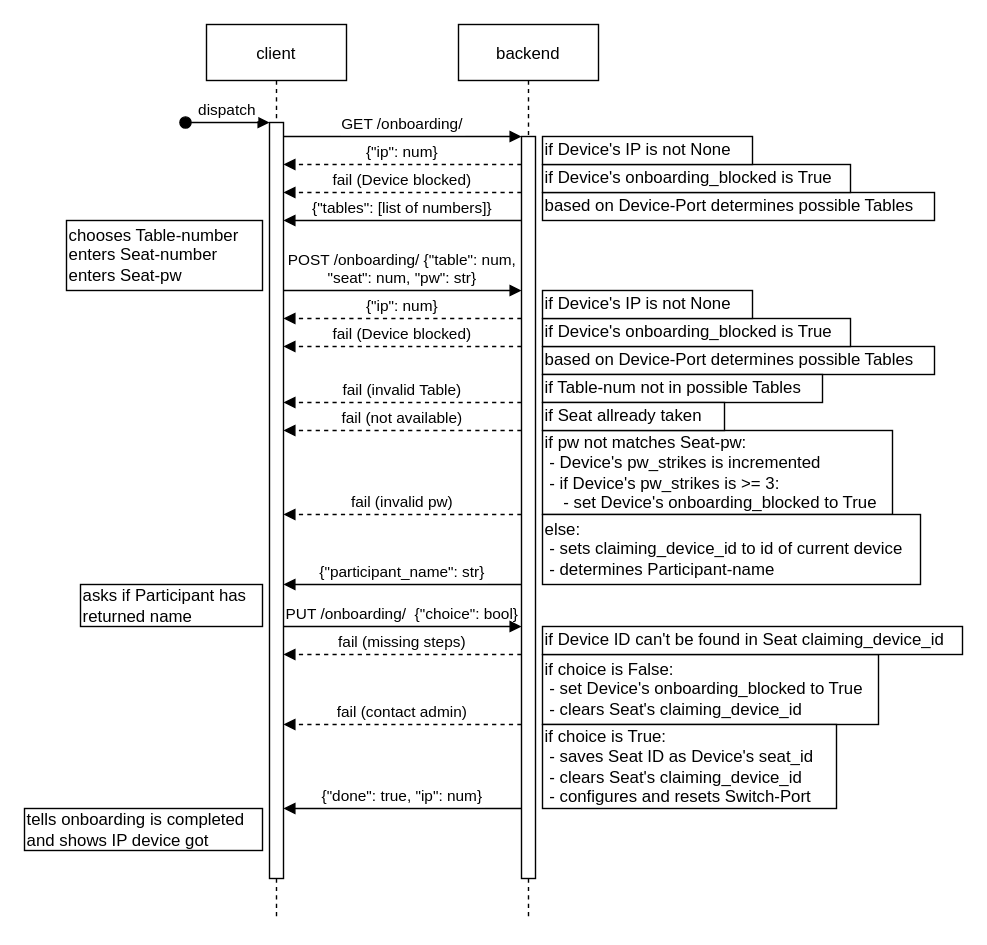
Above: docs/onboarding_sequence.drawio in nils-ost/LanPartyOnboardingSystem (draw.io), before the change. Source tidied: cells renumbered, new cells numbered last; positions are measured from the earlier drawing's top-left corner, leaving out a move shared by most shapes. Both pictures are drawn from the tidied source at 140%, with x=0, y=0 at pixel (24, 24).
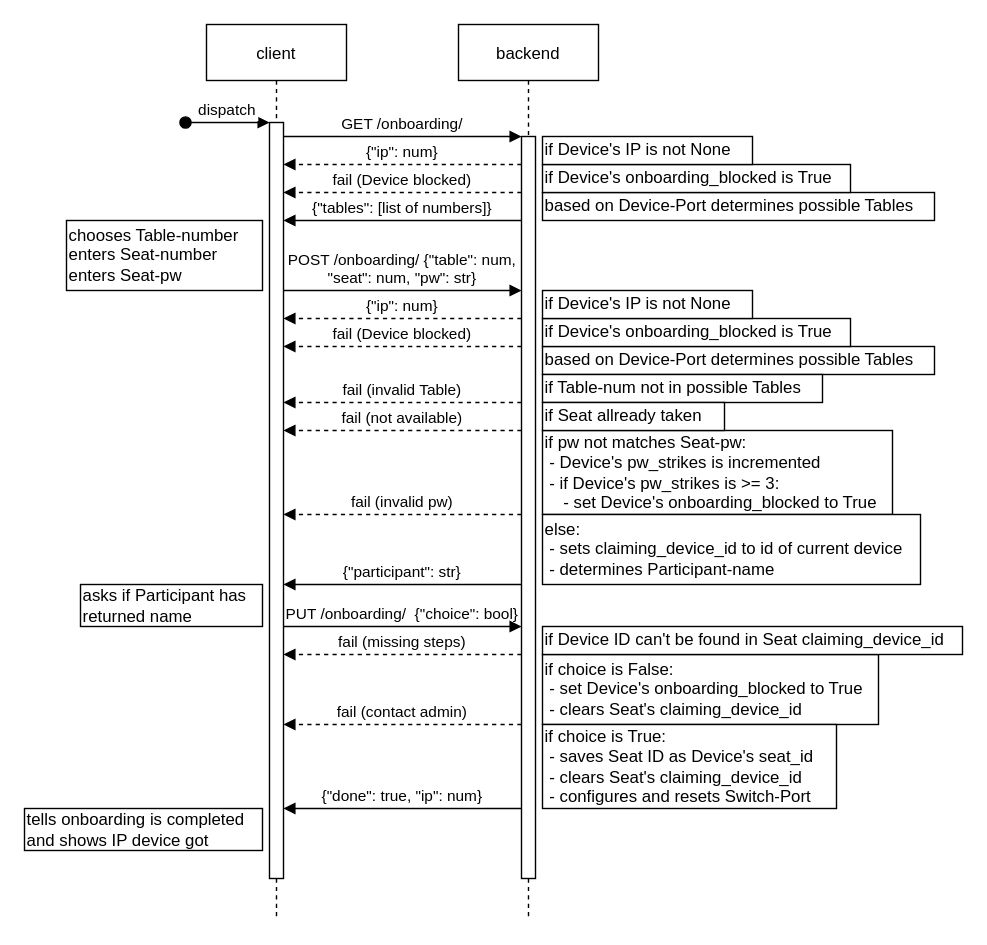
After the change.

Commit message (it also covers changes not shown here):
onboarding process is working in frontend, but it's not pretty yet

The change refers to these unchanged cells:
```xml
<mxCell id="6" value="backend" style="shape=umlLifeline;perimeter=lifelinePerimeter;rounded=0;shadow=0;strokeWidth=1;" parent="1" vertex="1">
  <mxGeometry x="310" width="100" height="640" as="geometry" />
</mxCell>
```

What changed in the source:
```diff
@@
-    <mxCell id="11" value="{&quot;participant_name&quot;: str}" style="verticalAlign=bottom;endArrow=block;shadow=0;strokeWidth=1;" parent="6" edge="1">
+    <mxCell id="11" value="{&quot;participant&quot;: str}" style="verticalAlign=bottom;endArrow=block;shadow=0;strokeWidth=1;" parent="6" edge="1">
       <mxGeometry relative="1" as="geometry">
         <mxPoint x="45" y="400" as="sourcePoint" />
         <mxPoint x="-125" y="400" as="targetPoint" />
         <Array as="points">
           <mxPoint x="-20" y="400" />
         </Array>
       </mxGeometry>
     </mxCell>
```
